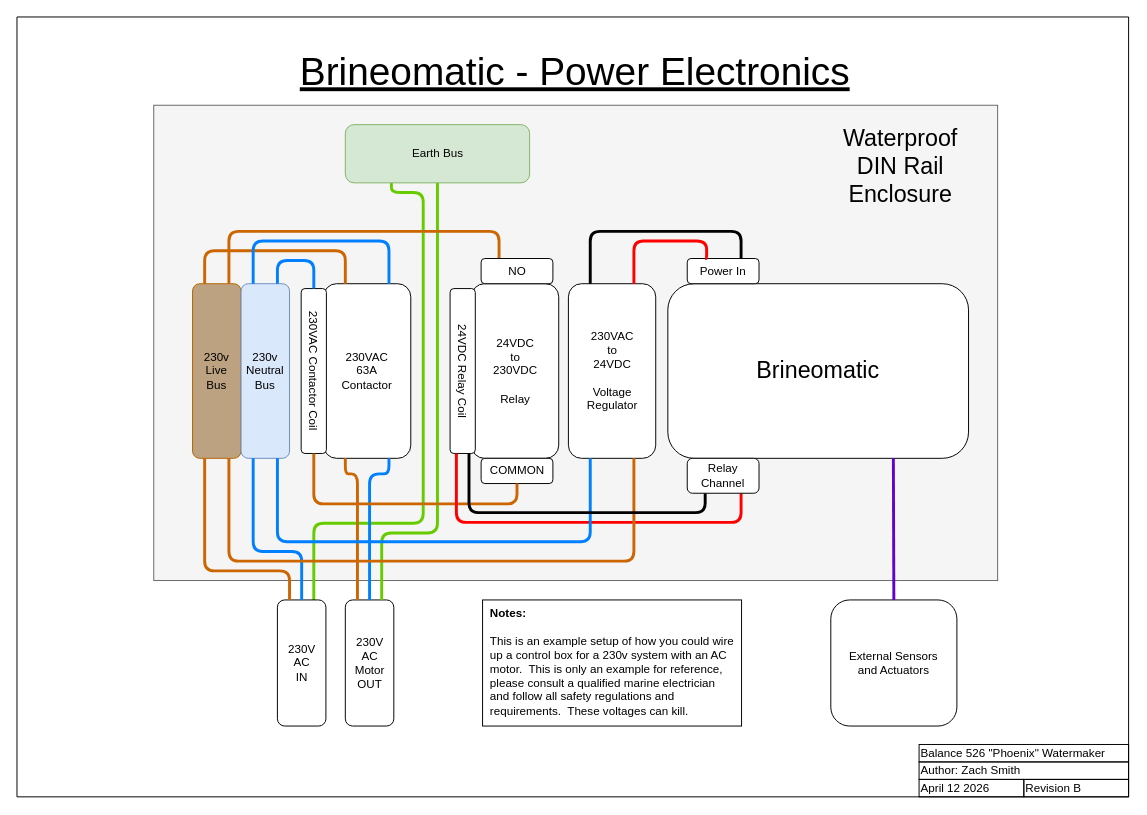
This is page "Electrical - Power Electronics" (3 of 5) of diagrams/Brine-o-Matic 9000.drawio from hoeken/brineomatic-website, a draw.io file, before an edit. Source tidied: cells renumbered, new cells numbered last; positions are measured from the earlier drawing's top-left corner, leaving out a move shared by most shapes. Both pictures are drawn from the tidied source at 97%, with x=0, y=0 at pixel (16, 16).
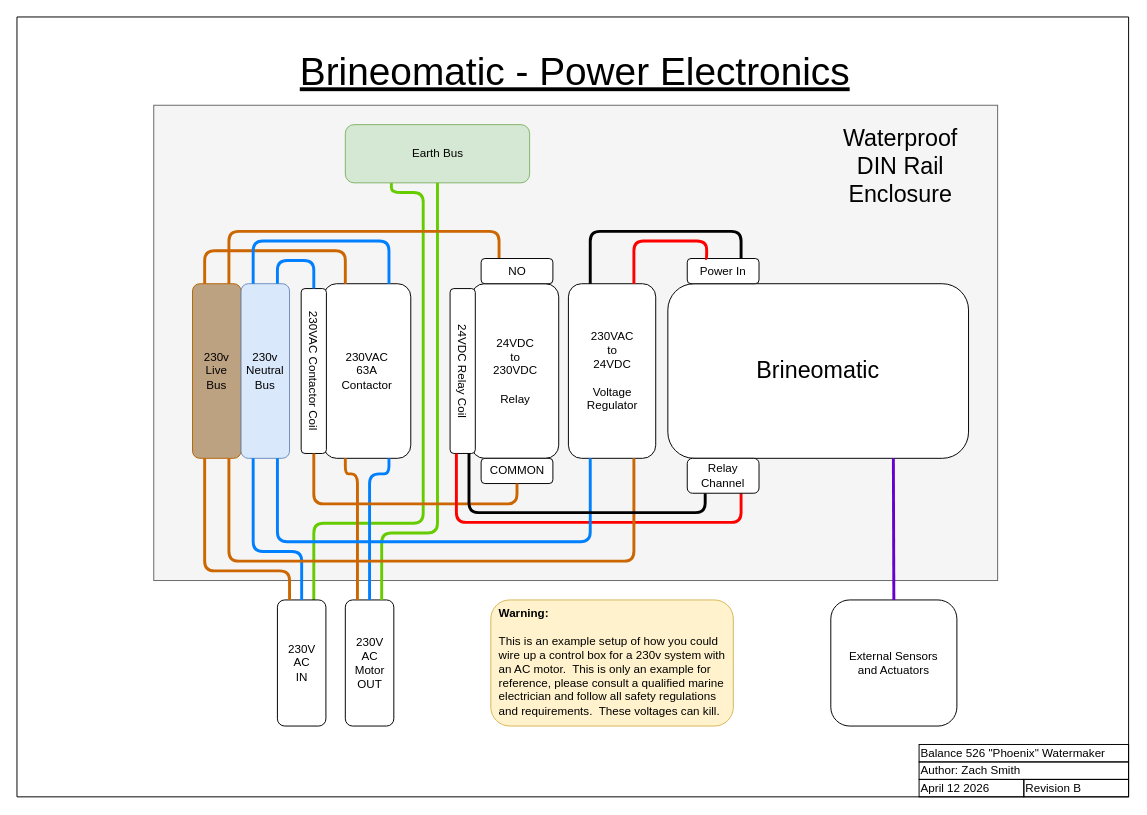
Above is the later version.

The edit, as a diff of the source:
```diff
@@
-    <mxCell id="38" value="&lt;b&gt;Notes:&lt;/b&gt;&lt;br&gt;&lt;br&gt;This is an example setup of how you could wire up a control box for a 230v system with an AC motor.&amp;nbsp; This is only an example for reference, please consult a qualified marine electrician and follow all safety regulations and requirements.&amp;nbsp; These voltages can kill." style="rounded=0;whiteSpace=wrap;html=1;verticalAlign=top;align=left;perimeterSpacing=1;spacingLeft=6;spacingRight=5;" parent="1" vertex="1">
-      <mxGeometry x="480" y="601" width="267" height="130" as="geometry" />
+    <mxCell id="38" value="&lt;b&gt;Warning:&lt;/b&gt;&lt;br&gt;&lt;br&gt;This is an example setup of how you could wire up a control box for a 230v system with an AC motor.&amp;nbsp; This is only an example for reference, please consult a qualified marine electrician and follow all safety regulations and requirements.&amp;nbsp; These voltages can kill." style="rounded=1;whiteSpace=wrap;html=1;verticalAlign=top;align=left;perimeterSpacing=1;spacingLeft=6;spacingRight=5;fillColor=#fff2cc;strokeColor=#d6b656;" parent="1" vertex="1">
+      <mxGeometry x="488.5" y="601" width="250" height="130" as="geometry" />
     </mxCell>
```
